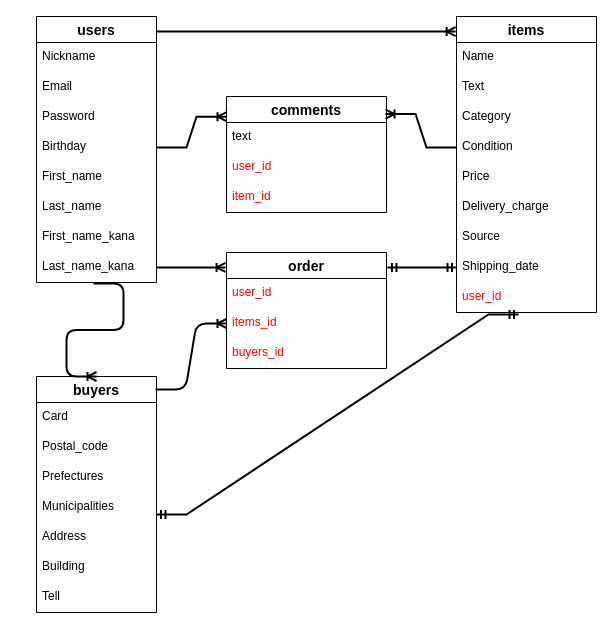
Earlier version of the draw.io diagram ER.dio (YamAtsu16/furima-37859). Source tidied: cells renumbered, new cells numbered last; positions are measured from the earlier drawing's top-left corner, leaving out a move shared by most shapes. Both pictures are drawn from the tidied source at 100%, with x=0, y=0 at pixel (36, 16).
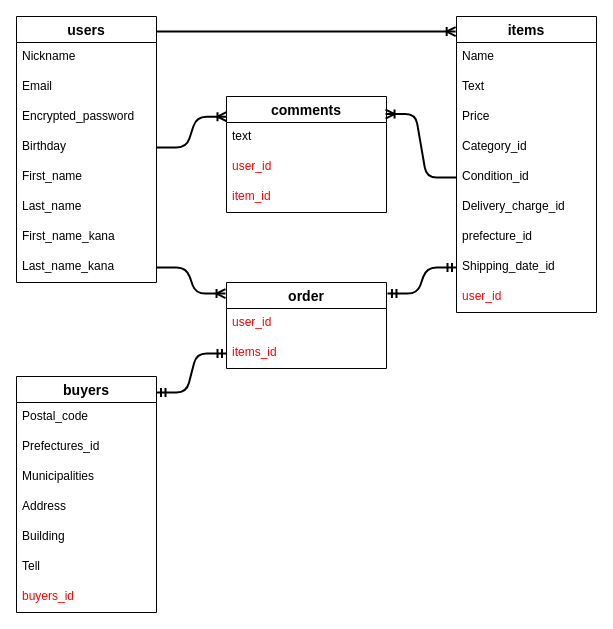
The same diagram, later.

The change refers to these unchanged cells:
```xml
<mxCell id="19" value="items" style="swimlane;fontStyle=1;horizontal=1;startSize=26;align=center;fontSize=14;rounded=0;" parent="1" vertex="1">
  <mxGeometry x="420" width="140" height="296" as="geometry" />
</mxCell>
<mxCell id="28" value="user_id" style="text;strokeColor=none;fillColor=none;spacingLeft=4;spacingRight=4;overflow=hidden;points=[[0,0.5],[1,0.5]];portConstraint=eastwest;fontSize=12;fontStyle=0;fontColor=#FF0000;rounded=0;" parent="19" vertex="1">
  <mxGeometry y="266" width="140" height="30" as="geometry" />
</mxCell>
<mxCell id="29" value="comments" style="swimlane;fontStyle=1;horizontal=1;startSize=26;align=center;fontSize=14;rounded=0;" parent="1" vertex="1">
  <mxGeometry x="190" y="80" width="160" height="116" as="geometry" />
</mxCell>
<mxCell id="39" value="items_id" style="text;strokeColor=none;fillColor=none;spacingLeft=4;spacingRight=4;overflow=hidden;points=[[0,0.5],[1,0.5]];portConstraint=eastwest;fontSize=12;fontColor=#FF0000;" parent="37" vertex="1">
  <mxGeometry y="56" width="160" height="30" as="geometry" />
</mxCell>
```

The edit, as a diff of the source:
```diff
@@
     <mxCell id="2" value="users" style="swimlane;fontStyle=1;horizontal=1;startSize=26;align=center;fontSize=14;verticalAlign=middle;rounded=0;" parent="1" vertex="1">
-      <mxGeometry width="120" height="266" as="geometry" />
+      <mxGeometry x="-20" width="140" height="266" as="geometry" />
     </mxCell>
     <mxCell id="3" value="Nickname" style="text;strokeColor=none;fillColor=none;spacingLeft=4;spacingRight=4;overflow=hidden;fontSize=12;rounded=0;" parent="2" vertex="1">
-      <mxGeometry y="26" width="120" height="30" as="geometry" />
+      <mxGeometry y="26" width="140" height="30" as="geometry" />
     </mxCell>
     <mxCell id="4" value="Email" style="text;strokeColor=none;fillColor=none;spacingLeft=4;spacingRight=4;overflow=hidden;fontSize=12;rounded=0;" parent="2" vertex="1">
-      <mxGeometry y="56" width="120" height="30" as="geometry" />
+      <mxGeometry y="56" width="140" height="30" as="geometry" />
     </mxCell>
-    <mxCell id="5" value="Password" style="text;strokeColor=none;fillColor=none;spacingLeft=4;spacingRight=4;overflow=hidden;fontSize=12;rounded=0;" parent="2" vertex="1">
-      <mxGeometry y="86" width="120" height="30" as="geometry" />
+    <mxCell id="5" value="Encrypted_password" style="text;strokeColor=none;fillColor=none;spacingLeft=4;spacingRight=4;overflow=hidden;fontSize=12;rounded=0;" parent="2" vertex="1">
+      <mxGeometry y="86" width="140" height="30" as="geometry" />
     </mxCell>
     <mxCell id="6" value="Birthday" style="text;strokeColor=none;fillColor=none;spacingLeft=4;spacingRight=4;overflow=hidden;points=[[0,0.5],[1,0.5]];portConstraint=eastwest;fontSize=12;rounded=0;" parent="2" vertex="1">
-      <mxGeometry y="116" width="120" height="30" as="geometry" />
+      <mxGeometry y="116" width="140" height="30" as="geometry" />
     </mxCell>
     <mxCell id="7" value="First_name" style="text;strokeColor=none;fillColor=none;spacingLeft=4;spacingRight=4;overflow=hidden;fontSize=12;rounded=0;" parent="2" vertex="1">
-      <mxGeometry y="146" width="120" height="30" as="geometry" />
+      <mxGeometry y="146" width="140" height="30" as="geometry" />
     </mxCell>
     <mxCell id="8" value="Last_name" style="text;strokeColor=none;fillColor=none;spacingLeft=4;spacingRight=4;overflow=hidden;fontSize=12;rounded=0;" parent="2" vertex="1">
-      <mxGeometry y="176" width="120" height="30" as="geometry" />
+      <mxGeometry y="176" width="140" height="30" as="geometry" />
     </mxCell>
     <mxCell id="9" value="First_name_kana" style="text;strokeColor=none;fillColor=none;spacingLeft=4;spacingRight=4;overflow=hidden;fontSize=12;rounded=0;" parent="2" vertex="1">
-      <mxGeometry y="206" width="120" height="30" as="geometry" />
+      <mxGeometry y="206" width="140" height="30" as="geometry" />
     </mxCell>
     <mxCell id="10" value="Last_name_kana" style="text;strokeColor=none;fillColor=none;spacingLeft=4;spacingRight=4;overflow=hidden;points=[[0,0.5],[1,0.5]];portConstraint=eastwest;fontSize=12;rounded=0;" parent="2" vertex="1">
-      <mxGeometry y="236" width="120" height="30" as="geometry" />
+      <mxGeometry y="236" width="140" height="30" as="geometry" />
     </mxCell>
     <mxCell id="11" value="buyers" style="swimlane;fontStyle=1;horizontal=1;startSize=26;align=center;fontSize=14;rounded=0;" parent="1" vertex="1">
-      <mxGeometry y="360" width="120" height="236" as="geometry" />
+      <mxGeometry x="-20" y="360" width="140" height="236" as="geometry" />
     </mxCell>
-    <mxCell id="12" value="Card" style="text;strokeColor=none;fillColor=none;spacingLeft=4;spacingRight=4;overflow=hidden;fontSize=12;rounded=0;" parent="11" vertex="1">
-      <mxGeometry y="26" width="120" height="30" as="geometry" />
-    </mxCell>
     <mxCell id="13" value="Postal_code" style="text;strokeColor=none;fillColor=none;spacingLeft=4;spacingRight=4;overflow=hidden;fontSize=12;rounded=0;" parent="11" vertex="1">
-      <mxGeometry y="56" width="120" height="30" as="geometry" />
+      <mxGeometry y="26" width="140" height="30" as="geometry" />
     </mxCell>
-    <mxCell id="14" value="Prefectures" style="text;strokeColor=none;fillColor=none;spacingLeft=4;spacingRight=4;overflow=hidden;fontSize=12;rounded=0;" parent="11" vertex="1">
-      <mxGeometry y="86" width="120" height="30" as="geometry" />
+    <mxCell id="14" value="Prefectures_id" style="text;strokeColor=none;fillColor=none;spacingLeft=4;spacingRight=4;overflow=hidden;fontSize=12;rounded=0;" parent="11" vertex="1">
+      <mxGeometry y="56" width="140" height="30" as="geometry" />
     </mxCell>
     <mxCell id="15" value="Municipalities" style="text;strokeColor=none;fillColor=none;spacingLeft=4;spacingRight=4;overflow=hidden;fontSize=12;rounded=0;" parent="11" vertex="1">
-      <mxGeometry y="116" width="120" height="30" as="geometry" />
+      <mxGeometry y="86" width="140" height="30" as="geometry" />
     </mxCell>
     <mxCell id="16" value="Address" style="text;strokeColor=none;fillColor=none;spacingLeft=4;spacingRight=4;overflow=hidden;fontSize=12;rounded=0;" parent="11" vertex="1">
-      <mxGeometry y="146" width="120" height="30" as="geometry" />
+      <mxGeometry y="116" width="140" height="30" as="geometry" />
     </mxCell>
     <mxCell id="17" value="Building" style="text;strokeColor=none;fillColor=none;spacingLeft=4;spacingRight=4;overflow=hidden;fontSize=12;rounded=0;" parent="11" vertex="1">
-      <mxGeometry y="176" width="120" height="30" as="geometry" />
+      <mxGeometry y="146" width="140" height="30" as="geometry" />
     </mxCell>
     <mxCell id="18" value="Tell" style="text;strokeColor=none;fillColor=none;spacingLeft=4;spacingRight=4;overflow=hidden;fontSize=12;rounded=0;" parent="11" vertex="1">
-      <mxGeometry y="206" width="120" height="30" as="geometry" />
+      <mxGeometry y="176" width="140" height="30" as="geometry" />
     </mxCell>
+    <mxCell id="40" value="buyers_id" style="text;strokeColor=none;fillColor=none;spacingLeft=4;spacingRight=4;overflow=hidden;fontSize=12;fontColor=#FF0000;" parent="11" vertex="1">
+      <mxGeometry y="206" width="140" height="30" as="geometry" />
+    </mxCell>
@@
+    <mxCell id="24" value="Price" style="text;strokeColor=none;fillColor=none;spacingLeft=4;spacingRight=4;overflow=hidden;fontSize=12;rounded=0;" parent="19" vertex="1">
+      <mxGeometry y="86" width="140" height="30" as="geometry" />
+    </mxCell>
-    <mxCell id="22" value="Category" style="text;strokeColor=none;fillColor=none;spacingLeft=4;spacingRight=4;overflow=hidden;fontSize=12;rounded=0;" parent="19" vertex="1">
-      <mxGeometry y="86" width="140" height="30" as="geometry" />
+    <mxCell id="22" value="Category_id" style="text;strokeColor=none;fillColor=none;spacingLeft=4;spacingRight=4;overflow=hidden;fontSize=12;rounded=0;" parent="19" vertex="1">
+      <mxGeometry y="116" width="140" height="30" as="geometry" />
     </mxCell>
-    <mxCell id="23" value="Condition" style="text;strokeColor=none;fillColor=none;spacingLeft=4;spacingRight=4;overflow=hidden;points=[[0,0.5],[1,0.5]];portConstraint=eastwest;fontSize=12;rounded=0;" parent="19" vertex="1">
-      <mxGeometry y="116" width="140" height="30" as="geometry" />
+    <mxCell id="23" value="Condition_id" style="text;strokeColor=none;fillColor=none;spacingLeft=4;spacingRight=4;overflow=hidden;points=[[0,0.5],[1,0.5]];portConstraint=eastwest;fontSize=12;rounded=0;" parent="19" vertex="1">
+      <mxGeometry y="146" width="140" height="30" as="geometry" />
     </mxCell>
-    <mxCell id="24" value="Price" style="text;strokeColor=none;fillColor=none;spacingLeft=4;spacingRight=4;overflow=hidden;fontSize=12;rounded=0;" parent="19" vertex="1">
-      <mxGeometry y="146" width="140" height="30" as="geometry" />
-    </mxCell>
-    <mxCell id="25" value="Delivery_charge" style="text;strokeColor=none;fillColor=none;spacingLeft=4;spacingRight=4;overflow=hidden;fontSize=12;rounded=0;" parent="19" vertex="1">
+    <mxCell id="25" value="Delivery_charge_id" style="text;strokeColor=none;fillColor=none;spacingLeft=4;spacingRight=4;overflow=hidden;fontSize=12;rounded=0;" parent="19" vertex="1">
       <mxGeometry y="176" width="140" height="30" as="geometry" />
     </mxCell>
-    <mxCell id="26" value="Source" style="text;strokeColor=none;fillColor=none;spacingLeft=4;spacingRight=4;overflow=hidden;fontSize=12;rounded=0;" parent="19" vertex="1">
+    <mxCell id="26" value="prefecture_id" style="text;strokeColor=none;fillColor=none;spacingLeft=4;spacingRight=4;overflow=hidden;fontSize=12;rounded=0;" parent="19" vertex="1">
       <mxGeometry y="206" width="140" height="30" as="geometry" />
     </mxCell>
-    <mxCell id="27" value="Shipping_date" style="text;strokeColor=none;fillColor=none;spacingLeft=4;spacingRight=4;overflow=hidden;points=[[0,0.5],[1,0.5]];portConstraint=eastwest;fontSize=12;rounded=0;" parent="19" vertex="1">
+    <mxCell id="27" value="Shipping_date_id" style="text;strokeColor=none;fillColor=none;spacingLeft=4;spacingRight=4;overflow=hidden;points=[[0,0.5],[1,0.5]];portConstraint=eastwest;fontSize=12;rounded=0;" parent="19" vertex="1">
       <mxGeometry y="236" width="140" height="30" as="geometry" />
     </mxCell>
@@
-    <mxCell id="34" style="edgeStyle=entityRelationEdgeStyle;fontSize=12;html=1;endArrow=ERoneToMany;fontColor=#FF0000;strokeWidth=2;entryX=0.994;entryY=0.151;entryDx=0;entryDy=0;exitX=0;exitY=0.5;exitDx=0;exitDy=0;entryPerimeter=0;rounded=0;" parent="1" edge="1" source="23" target="29">
+    <mxCell id="34" style="edgeStyle=entityRelationEdgeStyle;fontSize=12;html=1;endArrow=ERoneToMany;fontColor=#FF0000;strokeWidth=2;entryX=0.994;entryY=0.151;entryDx=0;entryDy=0;exitX=0;exitY=0.5;exitDx=0;exitDy=0;entryPerimeter=0;rounded=1;" parent="1" edge="1" source="23" target="29">
       <mxGeometry relative="1" as="geometry" />
     </mxCell>
-    <mxCell id="35" style="edgeStyle=entityRelationEdgeStyle;fontSize=12;html=1;endArrow=ERmandOne;startArrow=ERmandOne;fontColor=#FF0000;strokeWidth=2;rounded=0;entryX=0.443;entryY=1.067;entryDx=0;entryDy=0;entryPerimeter=0;" parent="1" edge="1" target="28">
-      <mxGeometry relative="1" as="geometry">
-        <mxPoint x="120" y="498" as="sourcePoint" />
-      </mxGeometry>
-    </mxCell>
-    <mxCell id="36" style="edgeStyle=entityRelationEdgeStyle;fontSize=12;html=1;endArrow=ERoneToMany;fontColor=#FF0000;strokeWidth=2;entryX=0;entryY=0.174;entryDx=0;entryDy=0;entryPerimeter=0;exitX=1;exitY=0.5;exitDx=0;exitDy=0;rounded=0;" parent="1" edge="1" source="6" target="29">
+    <mxCell id="36" style="edgeStyle=entityRelationEdgeStyle;fontSize=12;html=1;endArrow=ERoneToMany;fontColor=#FF0000;strokeWidth=2;entryX=0;entryY=0.174;entryDx=0;entryDy=0;entryPerimeter=0;exitX=1;exitY=0.5;exitDx=0;exitDy=0;rounded=1;" parent="1" edge="1" source="6" target="29">
       <mxGeometry relative="1" as="geometry" />
     </mxCell>
     <mxCell id="37" value="order" style="swimlane;fontStyle=1;horizontal=1;startSize=26;align=center;fontSize=14;" parent="1" vertex="1">
-      <mxGeometry x="190" y="236" width="160" height="116" as="geometry" />
+      <mxGeometry x="190" y="266" width="160" height="86" as="geometry" />
     </mxCell>
@@
-    <mxCell id="40" value="buyers_id" style="text;strokeColor=none;fillColor=none;spacingLeft=4;spacingRight=4;overflow=hidden;fontSize=12;fontColor=#FF0000;" parent="37" vertex="1">
-      <mxGeometry y="86" width="160" height="30" as="geometry" />
-    </mxCell>
@@
-    <mxCell id="43" style="edgeStyle=entityRelationEdgeStyle;fontSize=12;html=1;endArrow=ERoneToMany;fontColor=#FF0000;endSize=6;strokeWidth=2;entryX=0.5;entryY=0;entryDx=0;entryDy=0;exitX=0.475;exitY=1.033;exitDx=0;exitDy=0;exitPerimeter=0;" parent="1" edge="1" source="10" target="11">
-      <mxGeometry relative="1" as="geometry" />
-    </mxCell>
-    <mxCell id="44" style="edgeStyle=entityRelationEdgeStyle;fontSize=12;html=1;endArrow=ERoneToMany;fontColor=#FF0000;endSize=6;strokeWidth=2;exitX=0.992;exitY=0.055;exitDx=0;exitDy=0;exitPerimeter=0;entryX=0;entryY=0.5;entryDx=0;entryDy=0;" parent="1" edge="1" source="11" target="39">
+    <mxCell id="44" style="edgeStyle=entityRelationEdgeStyle;fontSize=12;html=1;endArrow=ERmandOne;startArrow=ERmandOne;fontColor=#FF0000;endSize=6;strokeWidth=2;exitX=1;exitY=0.068;exitDx=0;exitDy=0;entryX=0;entryY=0.5;entryDx=0;entryDy=0;exitPerimeter=0;" parent="1" edge="1" source="11" target="39">
       <mxGeometry relative="1" as="geometry" />
     </mxCell>
```
